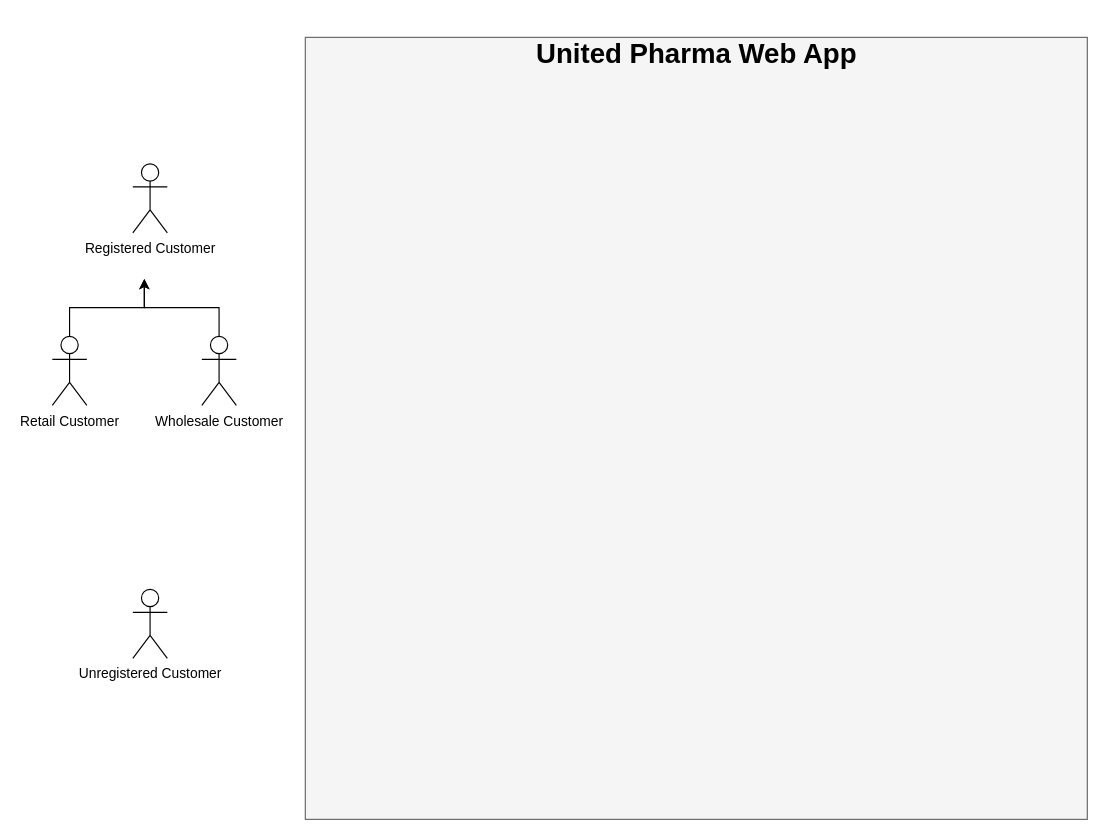
This is Untitled Diagram.drawio from mashihimasha/UPW_Diagrams, a draw.io file, before an edit. Source tidied: cells renumbered, new cells numbered last; positions are measured from the earlier drawing's top-left corner, leaving out a move shared by most shapes. Both pictures are drawn from the tidied source at 115%, with x=0, y=0 at pixel (52, 37).
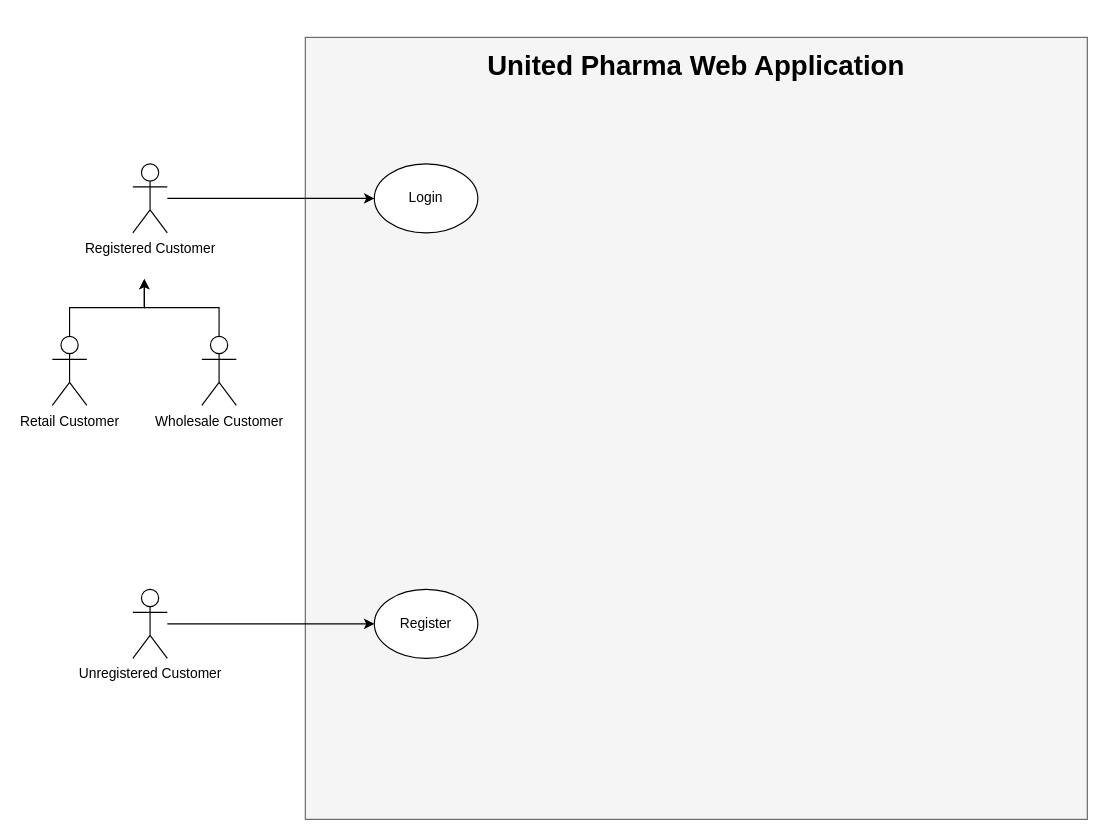
After the change.

Commit message:
Add Use case Untitled Diagram.drawio

Change to the diagram source:
```diff
@@
 <mxGraphModel>
   <root>
     <mxCell id="0" />
     <mxCell id="1" parent="0" />
+    <mxCell id="8" style="whiteSpace=wrap;html=1;fillColor=#f5f5f5;strokeColor=#666666;fontColor=#333333;" parent="1" vertex="1">
+      <mxGeometry x="220" width="680" height="680" as="geometry" />
+    </mxCell>
+    <mxCell id="9" value="&lt;h1&gt;&lt;b&gt;United Pharma Web Application&lt;/b&gt;&lt;/h1&gt;" style="text;html=1;strokeColor=none;fillColor=none;align=center;verticalAlign=middle;whiteSpace=wrap;rounded=0;" parent="1" vertex="1">
+      <mxGeometry x="345" y="10" width="430" height="30" as="geometry" />
+    </mxCell>
+    <mxCell id="10" style="edgeStyle=elbowEdgeStyle;rounded=0;jettySize=auto;html=1;" parent="1" edge="1" source="2" target="12">
+      <mxGeometry relative="1" as="geometry" />
+    </mxCell>
     <mxCell id="2" value="Registered Customer" style="shape=umlActor;verticalLabelPosition=bottom;verticalAlign=top;html=1;outlineConnect=0;" parent="1" vertex="1">
       <mxGeometry x="70" y="110" width="30" height="60" as="geometry" />
     </mxCell>
     <mxCell id="3" style="rounded=0;orthogonalLoop=1;jettySize=auto;html=1;edgeStyle=elbowEdgeStyle;elbow=vertical;" parent="1" edge="1">
       <mxGeometry relative="1" as="geometry">
         <mxPoint x="15" y="260" as="sourcePoint" />
         <mxPoint x="80" y="210" as="targetPoint" />
       </mxGeometry>
     </mxCell>
     <mxCell id="4" value="Retail Customer" style="shape=umlActor;verticalLabelPosition=bottom;verticalAlign=top;html=1;" parent="1" vertex="1">
       <mxGeometry y="260" width="30" height="60" as="geometry" />
     </mxCell>
     <mxCell id="5" style="rounded=0;jettySize=auto;html=1;jumpStyle=none;edgeStyle=elbowEdgeStyle;elbow=vertical;" parent="1" edge="1" source="6">
       <mxGeometry relative="1" as="geometry">
         <mxPoint x="80" y="210" as="targetPoint" />
       </mxGeometry>
     </mxCell>
     <mxCell id="6" value="Wholesale Customer" style="shape=umlActor;verticalLabelPosition=bottom;verticalAlign=top;html=1;outlineConnect=0;" parent="1" vertex="1">
       <mxGeometry x="130" y="260" width="30" height="60" as="geometry" />
     </mxCell>
+    <mxCell id="11" style="edgeStyle=elbowEdgeStyle;rounded=0;jettySize=auto;html=1;" parent="1" edge="1" source="7" target="13">
+      <mxGeometry relative="1" as="geometry" />
+    </mxCell>
     <mxCell id="7" value="Unregistered Customer" style="shape=umlActor;verticalLabelPosition=bottom;verticalAlign=top;html=1;outlineConnect=0;" parent="1" vertex="1">
       <mxGeometry x="70" y="480" width="30" height="60" as="geometry" />
     </mxCell>
-    <mxCell id="8" style="whiteSpace=wrap;html=1;fillColor=#f5f5f5;strokeColor=#666666;fontColor=#333333;" parent="1" vertex="1">
-      <mxGeometry x="220" width="680" height="680" as="geometry" />
-    </mxCell>
-    <mxCell id="9" value="&lt;h1&gt;&lt;b&gt;United Pharma Web App&lt;/b&gt;&lt;/h1&gt;" style="text;html=1;strokeColor=none;fillColor=none;align=center;verticalAlign=middle;whiteSpace=wrap;rounded=0;" parent="1" vertex="1">
-      <mxGeometry x="397.5" width="325" height="30" as="geometry" />
-    </mxCell>
+    <mxCell id="12" value="Login" style="ellipse;whiteSpace=wrap;html=1;" parent="1" vertex="1">
+      <mxGeometry x="280" y="110" width="90" height="60" as="geometry" />
+    </mxCell>
+    <mxCell id="13" value="Register" style="ellipse;whiteSpace=wrap;html=1;" parent="1" vertex="1">
+      <mxGeometry x="280" y="480" width="90" height="60" as="geometry" />
+    </mxCell>
   </root>
 </mxGraphModel>
```
